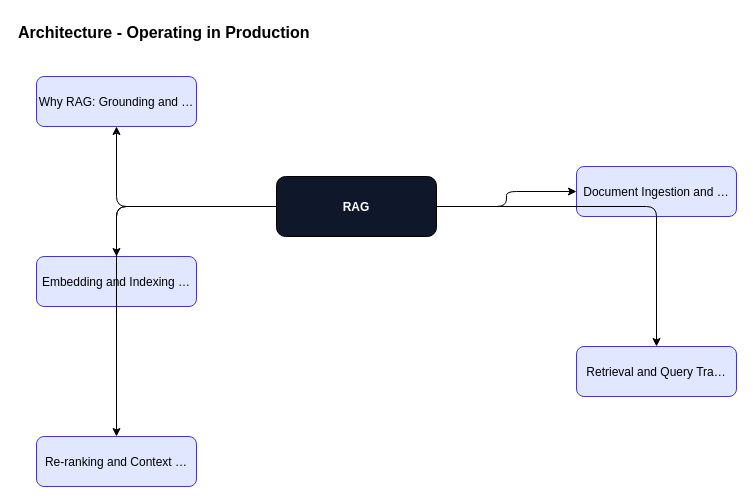
Before: content/rag/rag-foundations/diagrams/fig-025-architecture.drawio in ankit05121980/AI-University, a draw.io diagram. Source tidied: cells renumbered, new cells numbered last; positions are measured from the earlier drawing's top-left corner, leaving out a move shared by most shapes. Both pictures are drawn from the tidied source at 100%, with x=0, y=0 at pixel (16, 16).
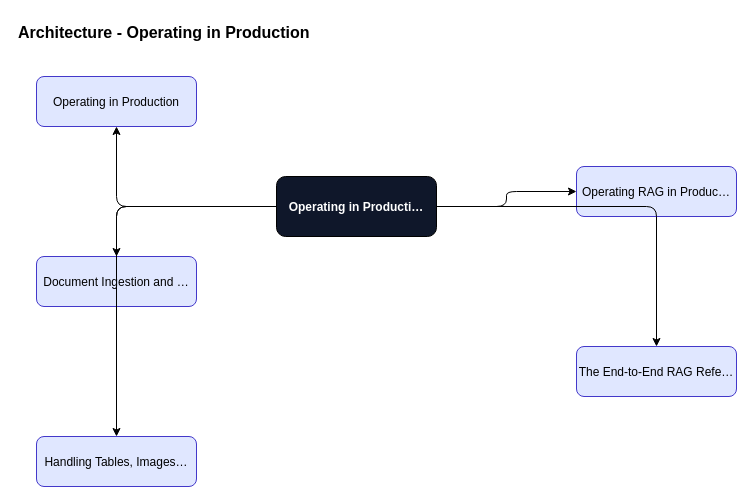
The same page after the edit.

Change to the diagram source:
```diff
@@
 <mxGraphModel>
   <root>
     <mxCell id="0" />
     <mxCell id="1" parent="0" />
     <mxCell id="2" value="Architecture - Operating in Production" style="text;fontSize=16;fontStyle=1;" parent="1" vertex="1">
       <mxGeometry width="600" height="30" as="geometry" />
     </mxCell>
-    <mxCell id="3" value="RAG" style="rounded=1;fillColor=#0f172a;fontColor=#ffffff;fontStyle=1;" parent="1" vertex="1">
+    <mxCell id="3" value="Operating in Producti…" style="rounded=1;fillColor=#0f172a;fontColor=#ffffff;fontStyle=1;" parent="1" vertex="1">
       <mxGeometry x="260" y="160" width="160" height="60" as="geometry" />
     </mxCell>
-    <mxCell id="4" value="Why RAG: Grounding and …" style="rounded=1;fillColor=#e0e7ff;strokeColor=#4338ca;" parent="1" vertex="1">
+    <mxCell id="4" value="Operating in Production" style="rounded=1;fillColor=#e0e7ff;strokeColor=#4338ca;" parent="1" vertex="1">
       <mxGeometry x="20" y="60" width="160" height="50" as="geometry" />
     </mxCell>
     <mxCell id="5" style="edgeStyle=orthogonalEdgeStyle;" parent="1" edge="1" source="3" target="4">
       <mxGeometry relative="1" as="geometry" />
     </mxCell>
-    <mxCell id="6" value="Document Ingestion and …" style="rounded=1;fillColor=#e0e7ff;strokeColor=#4338ca;" parent="1" vertex="1">
+    <mxCell id="6" value="Operating RAG in Produc…" style="rounded=1;fillColor=#e0e7ff;strokeColor=#4338ca;" parent="1" vertex="1">
       <mxGeometry x="560" y="150" width="160" height="50" as="geometry" />
     </mxCell>
     <mxCell id="7" style="edgeStyle=orthogonalEdgeStyle;" parent="1" edge="1" source="3" target="6">
       <mxGeometry relative="1" as="geometry" />
     </mxCell>
-    <mxCell id="8" value="Embedding and Indexing …" style="rounded=1;fillColor=#e0e7ff;strokeColor=#4338ca;" parent="1" vertex="1">
+    <mxCell id="8" value="Document Ingestion and …" style="rounded=1;fillColor=#e0e7ff;strokeColor=#4338ca;" parent="1" vertex="1">
       <mxGeometry x="20" y="240" width="160" height="50" as="geometry" />
     </mxCell>
     <mxCell id="9" style="edgeStyle=orthogonalEdgeStyle;" parent="1" edge="1" source="3" target="8">
       <mxGeometry relative="1" as="geometry" />
     </mxCell>
-    <mxCell id="10" value="Retrieval and Query Tra…" style="rounded=1;fillColor=#e0e7ff;strokeColor=#4338ca;" parent="1" vertex="1">
+    <mxCell id="10" value="The End-to-End RAG Refe…" style="rounded=1;fillColor=#e0e7ff;strokeColor=#4338ca;" parent="1" vertex="1">
       <mxGeometry x="560" y="330" width="160" height="50" as="geometry" />
     </mxCell>
     <mxCell id="11" style="edgeStyle=orthogonalEdgeStyle;" parent="1" edge="1" source="3" target="10">
       <mxGeometry relative="1" as="geometry" />
     </mxCell>
-    <mxCell id="12" value="Re-ranking and Context …" style="rounded=1;fillColor=#e0e7ff;strokeColor=#4338ca;" parent="1" vertex="1">
+    <mxCell id="12" value="Handling Tables, Images…" style="rounded=1;fillColor=#e0e7ff;strokeColor=#4338ca;" parent="1" vertex="1">
       <mxGeometry x="20" y="420" width="160" height="50" as="geometry" />
     </mxCell>
     <mxCell id="13" style="edgeStyle=orthogonalEdgeStyle;" parent="1" edge="1" source="3" target="12">
       <mxGeometry relative="1" as="geometry" />
     </mxCell>
   </root>
 </mxGraphModel>
```
